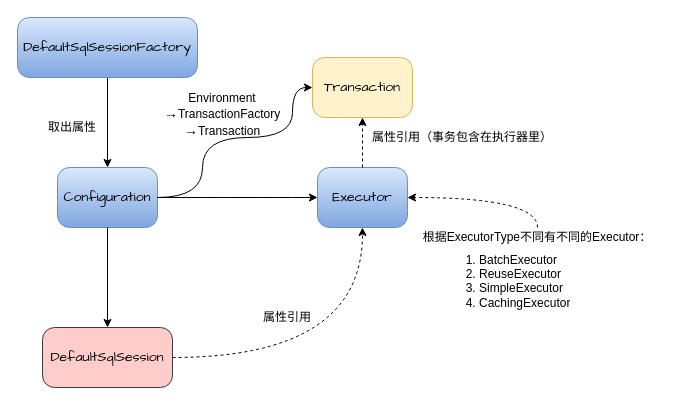
Before: page "SqlSession创建" (3 of 5) of MyBatis概要流程.drawio in heweijun123/drawio-database, a draw.io diagram. Source tidied: cells renumbered, new cells numbered last; positions are measured from the earlier drawing's top-left corner, leaving out a move shared by most shapes. Both pictures are drawn from the tidied source at 100%, with x=0, y=0 at pixel (17, 17).
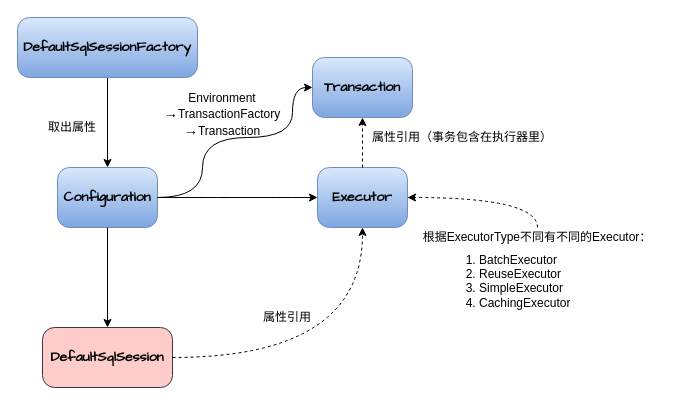
The same diagram, later.

The change refers to these unchanged cells:
```xml
<mxCell id="2" style="group;" parent="1" vertex="1">
  <mxGeometry x="40" y="150" width="100" height="60" as="geometry" />
</mxCell>
<mxCell id="5" style="group;" parent="1" vertex="1">
  <mxGeometry x="295" y="40" width="110" height="60" as="geometry" />
</mxCell>
<mxCell id="9" style="group;" parent="1" vertex="1">
  <mxGeometry x="300" y="150" width="90" height="60" as="geometry" />
</mxCell>
<mxCell id="16" style="group;" parent="1" vertex="1">
  <mxGeometry x="25" y="310" width="130" height="60" as="geometry" />
</mxCell>
<mxCell id="20" style="group;" parent="1" vertex="1">
  <mxGeometry width="180" height="60" as="geometry" />
</mxCell>
```

The edit, as a diff of the source:
```diff
@@
-    <mxCell id="3" value="&lt;span style=&quot;color: rgb(0 , 0 , 0) ; font-size: 14px&quot;&gt;Configuration&lt;/span&gt;" style="rounded=1;whiteSpace=wrap;html=1;shadow=0;fontColor=#000000;strokeColor=#6c8ebf;fillColor=#dae8fc;gradientColor=#7ea6e0;arcSize=20;fontFamily=Comic Sans MS;" parent="2" vertex="1">
+    <mxCell id="3" value="&lt;span style=&quot;color: rgb(0 , 0 , 0) ; font-size: 14px&quot;&gt;&lt;b&gt;Configuration&lt;/b&gt;&lt;/span&gt;" style="rounded=1;whiteSpace=wrap;html=1;shadow=0;fontColor=#000000;strokeColor=#6c8ebf;fillColor=#dae8fc;gradientColor=#7ea6e0;arcSize=20;fontFamily=Comic Sans MS;" parent="2" vertex="1">
       <mxGeometry width="100" height="60" as="geometry" />
     </mxCell>
@@
-    <mxCell id="6" value="&lt;span style=&quot;font-size: 14px&quot;&gt;Transaction&lt;/span&gt;" style="rounded=1;whiteSpace=wrap;html=1;shadow=0;strokeColor=#d6b656;fillColor=#fff2cc;arcSize=20;fontFamily=Comic Sans MS;" parent="5" vertex="1">
+    <mxCell id="6" value="&lt;span style=&quot;font-size: 14px&quot;&gt;&lt;b&gt;Transaction&lt;/b&gt;&lt;/span&gt;" style="rounded=1;whiteSpace=wrap;html=1;shadow=0;strokeColor=#6c8ebf;fillColor=#dae8fc;arcSize=20;fontFamily=Comic Sans MS;gradientColor=#7ea6e0;" parent="5" vertex="1">
       <mxGeometry width="100" height="60" as="geometry" />
     </mxCell>
@@
-    <mxCell id="10" value="&lt;span style=&quot;color: rgb(0 , 0 , 0) ; font-size: 14px&quot;&gt;Executor&lt;/span&gt;" style="rounded=1;whiteSpace=wrap;html=1;shadow=0;fontColor=#000000;strokeColor=#6c8ebf;fillColor=#dae8fc;gradientColor=#7ea6e0;arcSize=20;fontFamily=Comic Sans MS;" parent="9" vertex="1">
+    <mxCell id="10" value="&lt;span style=&quot;color: rgb(0 , 0 , 0) ; font-size: 14px&quot;&gt;&lt;b&gt;Executor&lt;/b&gt;&lt;/span&gt;" style="rounded=1;whiteSpace=wrap;html=1;shadow=0;fontColor=#000000;strokeColor=#6c8ebf;fillColor=#dae8fc;gradientColor=#7ea6e0;arcSize=20;fontFamily=Comic Sans MS;" parent="9" vertex="1">
       <mxGeometry width="90" height="60" as="geometry" />
     </mxCell>
@@
-    <mxCell id="17" value="&lt;span style=&quot;font-size: 14px&quot;&gt;DefaultSqlSession&lt;/span&gt;" style="rounded=1;whiteSpace=wrap;html=1;shadow=0;strokeColor=#36393d;fillColor=#ffcccc;arcSize=20;fontFamily=Comic Sans MS;" parent="16" vertex="1">
+    <mxCell id="17" value="&lt;span style=&quot;font-size: 14px&quot;&gt;&lt;b&gt;DefaultSqlSession&lt;/b&gt;&lt;/span&gt;" style="rounded=1;whiteSpace=wrap;html=1;shadow=0;strokeColor=#36393d;fillColor=#ffcccc;arcSize=20;fontFamily=Comic Sans MS;" parent="16" vertex="1">
       <mxGeometry width="130" height="60" as="geometry" />
     </mxCell>
@@
-    <mxCell id="21" value="&lt;span style=&quot;color: rgb(0 , 0 , 0) ; font-size: 14px&quot;&gt;DefaultSqlSessionFactory&lt;/span&gt;" style="rounded=1;whiteSpace=wrap;html=1;shadow=0;fontColor=#000000;strokeColor=#6c8ebf;fillColor=#dae8fc;gradientColor=#7ea6e0;arcSize=20;fontFamily=Comic Sans MS;" parent="20" vertex="1">
+    <mxCell id="21" value="&lt;span style=&quot;color: rgb(0 , 0 , 0) ; font-size: 14px&quot;&gt;&lt;b&gt;DefaultSqlSessionFactory&lt;/b&gt;&lt;/span&gt;" style="rounded=1;whiteSpace=wrap;html=1;shadow=0;fontColor=#000000;strokeColor=#6c8ebf;fillColor=#dae8fc;gradientColor=#7ea6e0;arcSize=20;fontFamily=Comic Sans MS;" parent="20" vertex="1">
       <mxGeometry width="180" height="60" as="geometry" />
     </mxCell>
```
